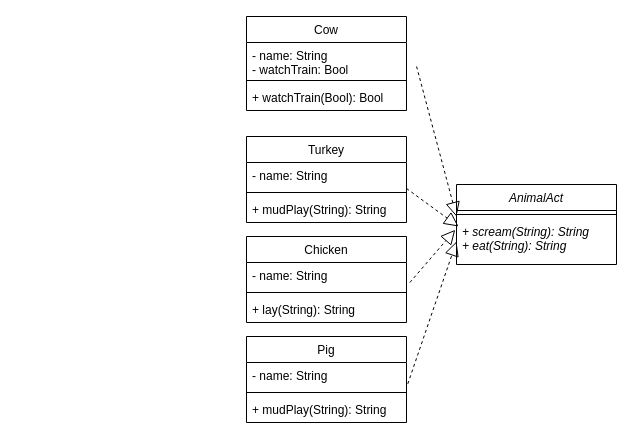
The draw.io diagram Farm.drawio in nxsmcaspani/java-training, before the edit. Source tidied: cells renumbered, new cells numbered last; positions are measured from the earlier drawing's top-left corner, leaving out a move shared by most shapes. Both pictures are drawn from the tidied source at 100%, with x=0, y=0 at pixel (246, 16).
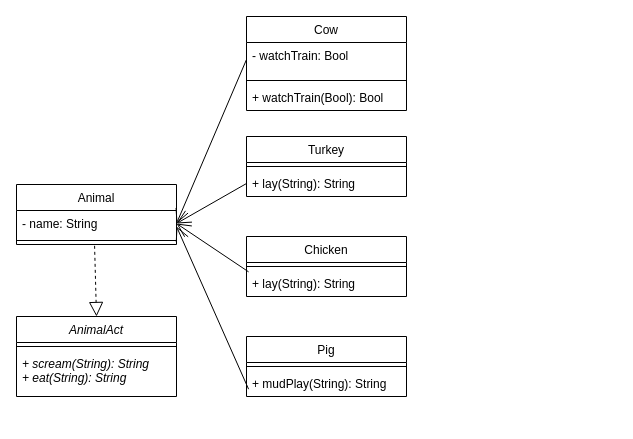
Above is the later version.

Unchanged cells that the change refers to:
```xml
<mxCell id="4" value="+ scream(String): String&#10;+ eat(String): String" style="text;strokeColor=none;fillColor=none;align=left;verticalAlign=top;spacingLeft=4;spacingRight=4;overflow=hidden;points=[[0,0.5],[1,0.5]];portConstraint=eastwest;fontStyle=2;" parent="2" vertex="1">
  <mxGeometry y="34" width="160" height="46" as="geometry" />
</mxCell>
<mxCell id="20" value="Cow" style="swimlane;fontStyle=0;align=center;verticalAlign=top;horizontal=1;startSize=26;" parent="1" vertex="1">
  <mxGeometry width="160" height="94" as="geometry" />
</mxCell>
```

The edit, as a diff of the source:
```diff
@@
     <mxCell id="2" value="AnimalAct" style="swimlane;fontStyle=2;align=center;verticalAlign=top;horizontal=1;startSize=26;" parent="1" vertex="1">
-      <mxGeometry x="210" y="168" width="160" height="80" as="geometry" />
+      <mxGeometry x="-230" y="300" width="160" height="80" as="geometry" />
     </mxCell>
@@
     <mxCell id="5" value="Pig" style="swimlane;fontStyle=0;align=center;verticalAlign=top;horizontal=1;startSize=26;" parent="1" vertex="1">
-      <mxGeometry y="320" width="160" height="86" as="geometry" />
+      <mxGeometry y="320" width="160" height="60" as="geometry" />
     </mxCell>
-    <mxCell id="6" value="- name: String" style="text;strokeColor=none;fillColor=none;align=left;verticalAlign=top;spacingLeft=4;spacingRight=4;overflow=hidden;points=[[0,0.5],[1,0.5]];portConstraint=eastwest;" parent="5" vertex="1">
-      <mxGeometry y="26" width="160" height="26" as="geometry" />
-    </mxCell>
     <mxCell id="7" style="line;strokeWidth=1;fillColor=none;align=left;verticalAlign=middle;spacingTop=-1;spacingLeft=3;spacingRight=3;labelPosition=right;" parent="5" vertex="1">
-      <mxGeometry y="52" width="160" height="8" as="geometry" />
+      <mxGeometry y="26" width="160" height="8" as="geometry" />
     </mxCell>
     <mxCell id="8" value="+ mudPlay(String): String" style="text;strokeColor=none;fillColor=none;align=left;verticalAlign=top;spacingLeft=4;spacingRight=4;overflow=hidden;" parent="5" vertex="1">
-      <mxGeometry y="60" width="160" height="26" as="geometry" />
+      <mxGeometry y="34" width="160" height="26" as="geometry" />
     </mxCell>
-    <mxCell id="9" style="endArrow=block;dashed=1;endFill=0;endSize=12;html=1;exitX=1.008;exitY=0.821;exitDx=0;exitDy=0;exitPerimeter=0;entryX=0;entryY=0.5;entryDx=0;entryDy=0;" parent="1" edge="1" source="6" target="4">
-      <mxGeometry relative="1" as="geometry" />
-    </mxCell>
     <mxCell id="10" value="Chicken" style="swimlane;fontStyle=0;align=center;verticalAlign=top;horizontal=1;startSize=26;" parent="1" vertex="1">
-      <mxGeometry y="220" width="160" height="86" as="geometry" />
+      <mxGeometry y="220" width="160" height="60" as="geometry" />
     </mxCell>
-    <mxCell id="11" value="- name: String" style="text;strokeColor=none;fillColor=none;align=left;verticalAlign=top;spacingLeft=4;spacingRight=4;overflow=hidden;points=[[0,0.5],[1,0.5]];portConstraint=eastwest;" parent="10" vertex="1">
-      <mxGeometry y="26" width="160" height="26" as="geometry" />
-    </mxCell>
     <mxCell id="12" style="line;strokeWidth=1;fillColor=none;align=left;verticalAlign=middle;spacingTop=-1;spacingLeft=3;spacingRight=3;labelPosition=right;" parent="10" vertex="1">
-      <mxGeometry y="52" width="160" height="8" as="geometry" />
+      <mxGeometry y="26" width="160" height="8" as="geometry" />
     </mxCell>
     <mxCell id="13" value="+ lay(String): String" style="text;strokeColor=none;fillColor=none;align=left;verticalAlign=top;spacingLeft=4;spacingRight=4;overflow=hidden;points=[[0,0.5],[1,0.5]];portConstraint=eastwest;" parent="10" vertex="1">
-      <mxGeometry y="60" width="160" height="26" as="geometry" />
+      <mxGeometry y="34" width="160" height="26" as="geometry" />
     </mxCell>
-    <mxCell id="14" style="endArrow=block;dashed=1;endFill=0;endSize=12;html=1;exitX=1.021;exitY=0.769;exitDx=0;exitDy=0;exitPerimeter=0;entryX=-0.008;entryY=0.246;entryDx=0;entryDy=0;entryPerimeter=0;" parent="1" edge="1" source="11" target="4">
-      <mxGeometry relative="1" as="geometry" />
-    </mxCell>
     <mxCell id="15" value="Turkey" style="swimlane;fontStyle=0;align=center;verticalAlign=top;horizontal=1;startSize=26;" parent="1" vertex="1">
-      <mxGeometry y="120" width="160" height="86" as="geometry" />
+      <mxGeometry y="120" width="160" height="60" as="geometry" />
     </mxCell>
-    <mxCell id="16" value="- name: String" style="text;strokeColor=none;fillColor=none;align=left;verticalAlign=top;spacingLeft=4;spacingRight=4;overflow=hidden;" parent="15" vertex="1">
-      <mxGeometry y="26" width="160" height="26" as="geometry" />
-    </mxCell>
     <mxCell id="17" style="line;strokeWidth=1;fillColor=none;align=left;verticalAlign=middle;spacingTop=-1;spacingLeft=3;spacingRight=3;labelPosition=right;" parent="15" vertex="1">
-      <mxGeometry y="52" width="160" height="8" as="geometry" />
+      <mxGeometry y="26" width="160" height="8" as="geometry" />
     </mxCell>
-    <mxCell id="18" value="+ mudPlay(String): String" style="text;strokeColor=none;fillColor=none;align=left;verticalAlign=top;spacingLeft=4;spacingRight=4;overflow=hidden;points=[[0,0.5],[1,0.5]];portConstraint=eastwest;" parent="15" vertex="1">
-      <mxGeometry y="60" width="160" height="26" as="geometry" />
+    <mxCell id="18" value="+ lay(String): String" style="text;strokeColor=none;fillColor=none;align=left;verticalAlign=top;spacingLeft=4;spacingRight=4;overflow=hidden;points=[[0,0.5],[1,0.5]];portConstraint=eastwest;" parent="15" vertex="1">
+      <mxGeometry y="34" width="160" height="26" as="geometry" />
     </mxCell>
-    <mxCell id="19" style="endArrow=block;dashed=1;endFill=0;endSize=12;html=1;exitX=1;exitY=-0.308;exitDx=0;exitDy=0;exitPerimeter=0;entryX=0.013;entryY=0.174;entryDx=0;entryDy=0;entryPerimeter=0;" parent="1" edge="1" source="18" target="4">
-      <mxGeometry relative="1" as="geometry" />
-    </mxCell>
@@
-    <mxCell id="21" value="- name: String&#10;- watchTrain: Bool" style="text;strokeColor=none;fillColor=none;align=left;verticalAlign=top;spacingLeft=4;spacingRight=4;overflow=hidden;points=[[0,0.5],[1,0.5]];portConstraint=eastwest;" parent="20" vertex="1">
+    <mxCell id="21" value="- watchTrain: Bool" style="text;strokeColor=none;fillColor=none;align=left;verticalAlign=top;spacingLeft=4;spacingRight=4;overflow=hidden;points=[[0,0.5],[1,0.5]];portConstraint=eastwest;" parent="20" vertex="1">
       <mxGeometry y="26" width="160" height="34" as="geometry" />
     </mxCell>
@@
-    <mxCell id="24" style="endArrow=block;dashed=1;endFill=0;endSize=12;html=1;exitX=1.063;exitY=0.706;exitDx=0;exitDy=0;exitPerimeter=0;" parent="1" edge="1" source="21">
-      <mxGeometry relative="1" as="geometry">
-        <mxPoint x="210" y="200" as="targetPoint" />
-      </mxGeometry>
+    <mxCell id="24" style="endArrow=block;dashed=1;endFill=0;endSize=12;html=1;exitX=0.488;exitY=1.167;exitDx=0;exitDy=0;exitPerimeter=0;entryX=0.5;entryY=0;entryDx=0;entryDy=0;" parent="1" edge="1" source="27" target="2">
+      <mxGeometry relative="1" as="geometry" />
     </mxCell>
+    <mxCell id="25" value="Animal" style="swimlane;fontStyle=0;align=center;verticalAlign=top;horizontal=1;startSize=26;" parent="1" vertex="1">
+      <mxGeometry x="-230" y="168" width="160" height="60" as="geometry" />
+    </mxCell>
+    <mxCell id="26" value="- name: String" style="text;strokeColor=none;fillColor=none;align=left;verticalAlign=top;spacingLeft=4;spacingRight=4;overflow=hidden;points=[[0,0.5],[1,0.5]];portConstraint=eastwest;" parent="25" vertex="1">
+      <mxGeometry y="26" width="160" height="26" as="geometry" />
+    </mxCell>
+    <mxCell id="27" style="line;strokeWidth=1;fillColor=none;align=left;verticalAlign=middle;spacingTop=-1;spacingLeft=3;spacingRight=3;labelPosition=right;points=[];portConstraint=eastwest;" parent="25" vertex="1">
+      <mxGeometry y="52" width="160" height="8" as="geometry" />
+    </mxCell>
+    <mxCell id="28" style="endArrow=open;endFill=1;endSize=12;html=1;exitX=0;exitY=0.5;exitDx=0;exitDy=0;entryX=1;entryY=0.5;entryDx=0;entryDy=0;" parent="1" edge="1" source="21" target="26">
+      <mxGeometry relative="1" as="geometry" />
+    </mxCell>
+    <mxCell id="29" style="endArrow=open;endFill=1;endSize=12;html=1;exitX=0;exitY=0.5;exitDx=0;exitDy=0;entryX=1;entryY=0.5;entryDx=0;entryDy=0;" parent="1" edge="1" source="18" target="26">
+      <mxGeometry relative="1" as="geometry" />
+    </mxCell>
+    <mxCell id="30" style="endArrow=open;endFill=1;endSize=12;html=1;exitX=0.013;exitY=0.051;exitDx=0;exitDy=0;exitPerimeter=0;entryX=1;entryY=0.5;entryDx=0;entryDy=0;" parent="1" edge="1" source="13" target="26">
+      <mxGeometry relative="1" as="geometry" />
+    </mxCell>
+    <mxCell id="31" style="endArrow=open;endFill=1;endSize=12;html=1;exitX=0.013;exitY=1.026;exitDx=0;exitDy=0;exitPerimeter=0;" parent="1" edge="1">
+      <mxGeometry relative="1" as="geometry">
+        <mxPoint x="2.1" y="372.7" as="sourcePoint" />
+        <mxPoint x="-70" y="210" as="targetPoint" />
+      </mxGeometry>
+    </mxCell>
```
